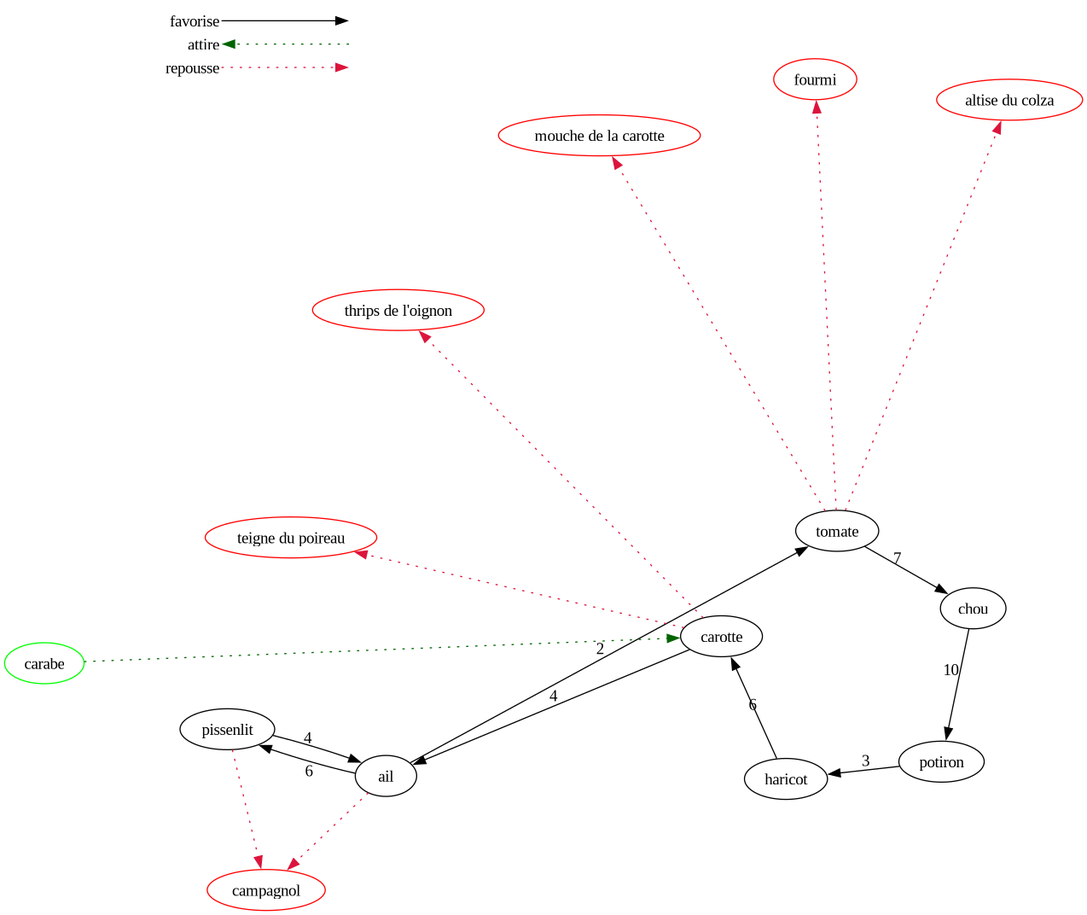
The Graphviz diagram graph/graph_simple.dot.png in locherry/Jardin, before a commit. Its source is kept beside it as graph/graph_simple.dot. The source it was exported from:
```dot
digraph {
    layout="circo"
    node [color = green]
    "carabe"
    node [color = red]
    "campagnol"
    "altise du colza"
    "fourmi"
    "mouche de la carotte"
    "thrips de l'oignon"
    "teigne du poireau"
    node [color = black]
    "pissenlit" -> "ail" [label="4"]
    "ail" -> "tomate" [label="2"]
    "tomate" -> "chou" [label="7"]
    "chou" -> "potiron" [label="10"]
    "potiron" -> "haricot" [label="3"]
    "haricot" -> "carotte" [label="6"]
    "carotte" -> "ail" [label="4"]
    "ail" -> "pissenlit" [label="6"]
    "pissenlit" -> "campagnol" [color=crimson, style=dotted]
    "ail" -> "campagnol" [color=crimson, style=dotted]
    "tomate" -> "altise du colza" [color=crimson, style=dotted]
    "tomate" -> "fourmi" [color=crimson, style=dotted]
    "tomate" -> "mouche de la carotte" [color=crimson, style=dotted]
    "carotte" -> "thrips de l'oignon" [color=crimson, style=dotted]
    "carotte" -> "teigne du poireau" [color=crimson, style=dotted]
    "carabe" -> "carotte" [color=darkgreen, style=dotted]

    subgraph cluster_01 {
        node [shape=plaintext]
        key [label=<<table border="0" cellpadding="2" cellspacing="0" cellborder="0">
            <tr><td align="right" port="i1">favorise</td></tr>
            <tr><td align="right" port="i2">attire</td></tr>
            <tr><td align="right" port="i3">repousse</td></tr>
            </table>>]
            key2 [label=<<table border="0" cellpadding="2" cellspacing="0" cellborder="0">
            <tr><td port="i1">&nbsp;</td></tr>
            <tr><td port="i2">&nbsp;</td></tr>
            <tr><td port="i3">&nbsp;</td></tr>
        </table>>]
        key:i1:e -> key2:i1:w [color=black]
        key2:i2:w -> key:i2:e [color=darkgreen, style=dotted]
        key:i3:e -> key2:i3:w [color=crimson, style=dotted]

        node [shape=circle]
    }
}
```
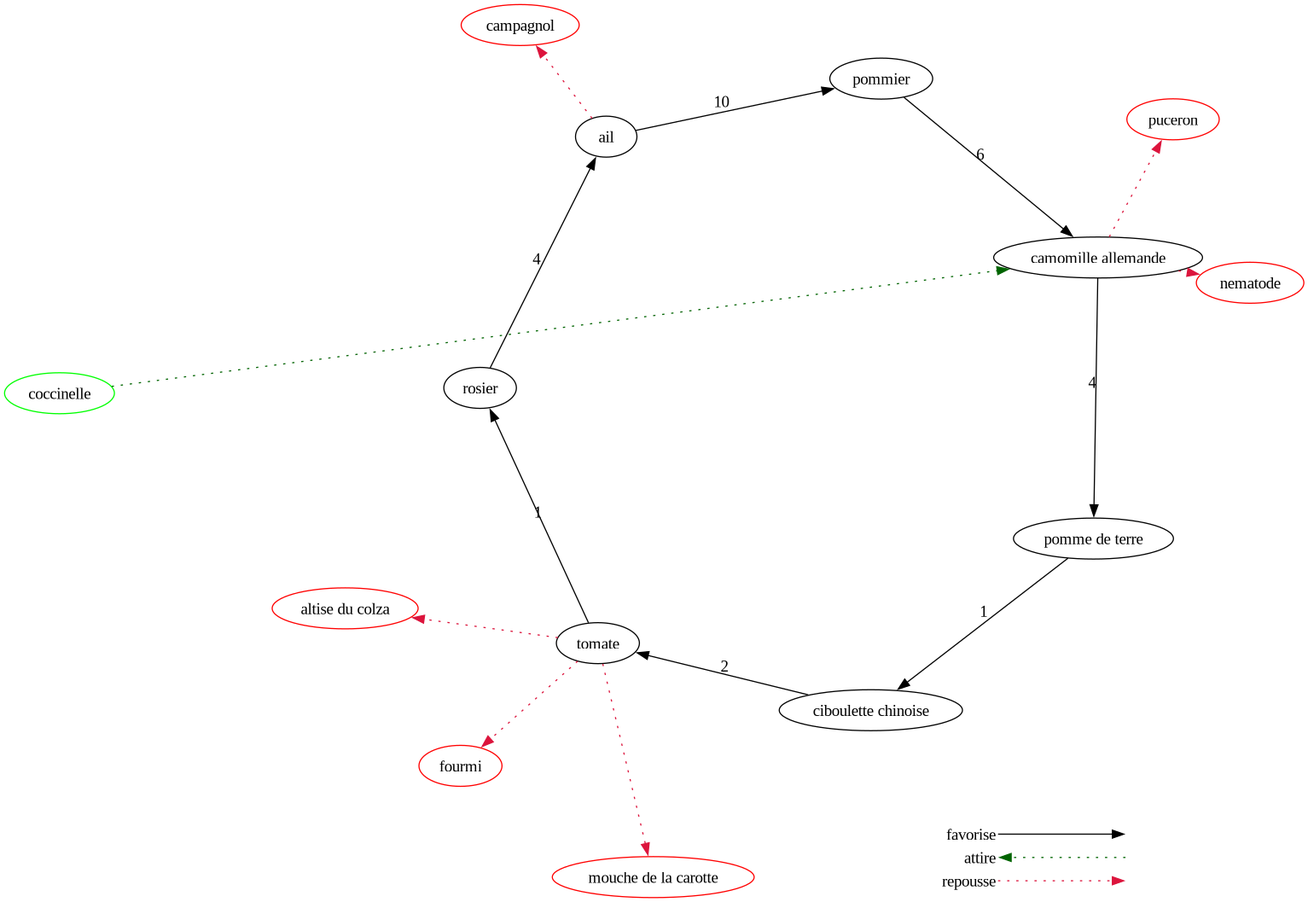
Later version of the same file.

What changed in the source:
```diff
@@ -1,31 +1,29 @@
 digraph {
     layout="circo"
     node [color = green]
-    "carabe"
+    "coccinelle"
     node [color = red]
     "campagnol"
+    "nematode"
+    "puceron"
     "altise du colza"
     "fourmi"
     "mouche de la carotte"
-    "thrips de l'oignon"
-    "teigne du poireau"
     node [color = black]
-    "pissenlit" -> "ail" [label="4"]
-    "ail" -> "tomate" [label="2"]
-    "tomate" -> "chou" [label="7"]
-    "chou" -> "potiron" [label="10"]
-    "potiron" -> "haricot" [label="3"]
-    "haricot" -> "carotte" [label="6"]
-    "carotte" -> "ail" [label="4"]
-    "ail" -> "pissenlit" [label="6"]
-    "pissenlit" -> "campagnol" [color=crimson, style=dotted]
+    "ail" -> "pommier" [label="10"]
+    "pommier" -> "camomille allemande" [label="6"]
+    "camomille allemande" -> "pomme de terre" [label="4"]
+    "pomme de terre" -> "ciboulette chinoise" [label="1"]
+    "ciboulette chinoise" -> "tomate" [label="2"]
+    "tomate" -> "rosier" [label="1"]
+    "rosier" -> "ail" [label="4"]
     "ail" -> "campagnol" [color=crimson, style=dotted]
+    "camomille allemande" -> "nematode" [color=crimson, style=dotted]
+    "camomille allemande" -> "puceron" [color=crimson, style=dotted]
     "tomate" -> "altise du colza" [color=crimson, style=dotted]
     "tomate" -> "fourmi" [color=crimson, style=dotted]
     "tomate" -> "mouche de la carotte" [color=crimson, style=dotted]
-    "carotte" -> "thrips de l'oignon" [color=crimson, style=dotted]
-    "carotte" -> "teigne du poireau" [color=crimson, style=dotted]
-    "carabe" -> "carotte" [color=darkgreen, style=dotted]
+    "coccinelle" -> "camomille allemande" [color=darkgreen, style=dotted]
 
     subgraph cluster_01 {
         node [shape=plaintext]
```
